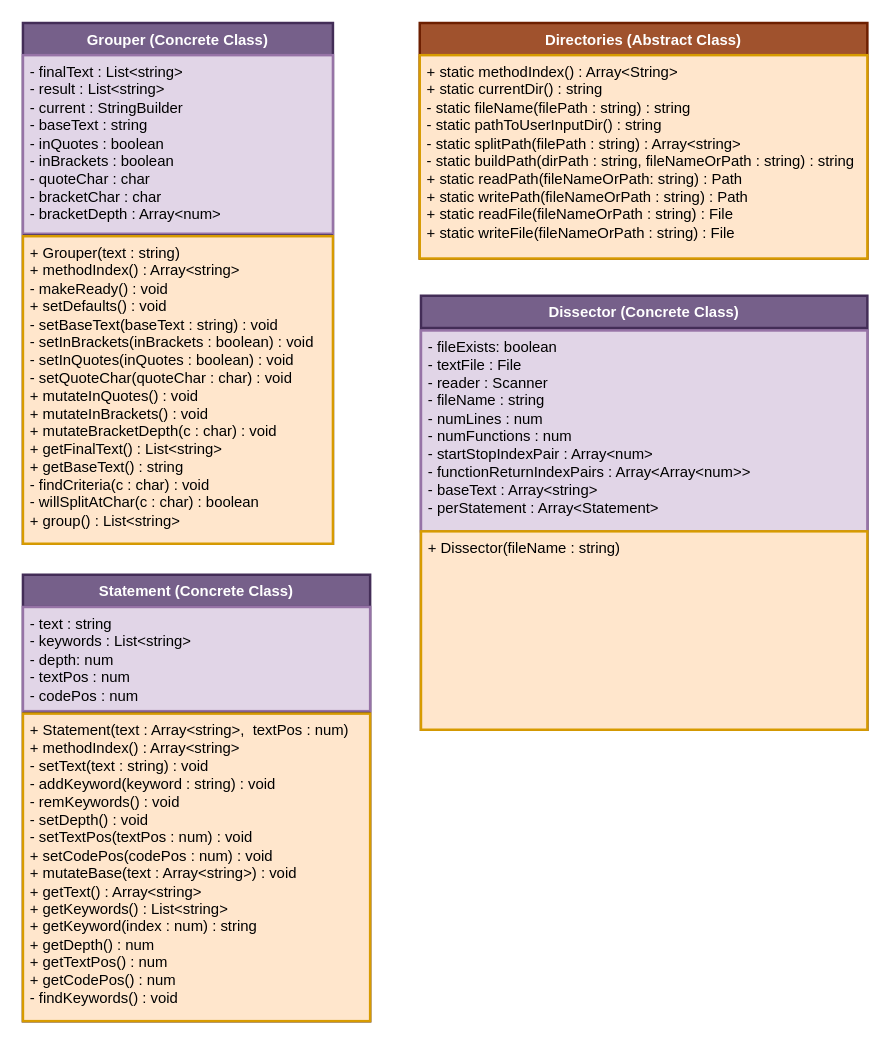
Before: page "Grouper" (2 of 4) of dev/ClassDiagrams.drawio in BroerSakki/PseudoCompiler, a draw.io diagram. Source tidied: cells renumbered, new cells numbered last; positions are measured from the earlier drawing's top-left corner, leaving out a move shared by most shapes. Both pictures are drawn from the tidied source at 124%, with x=0, y=0 at pixel (22, 22).
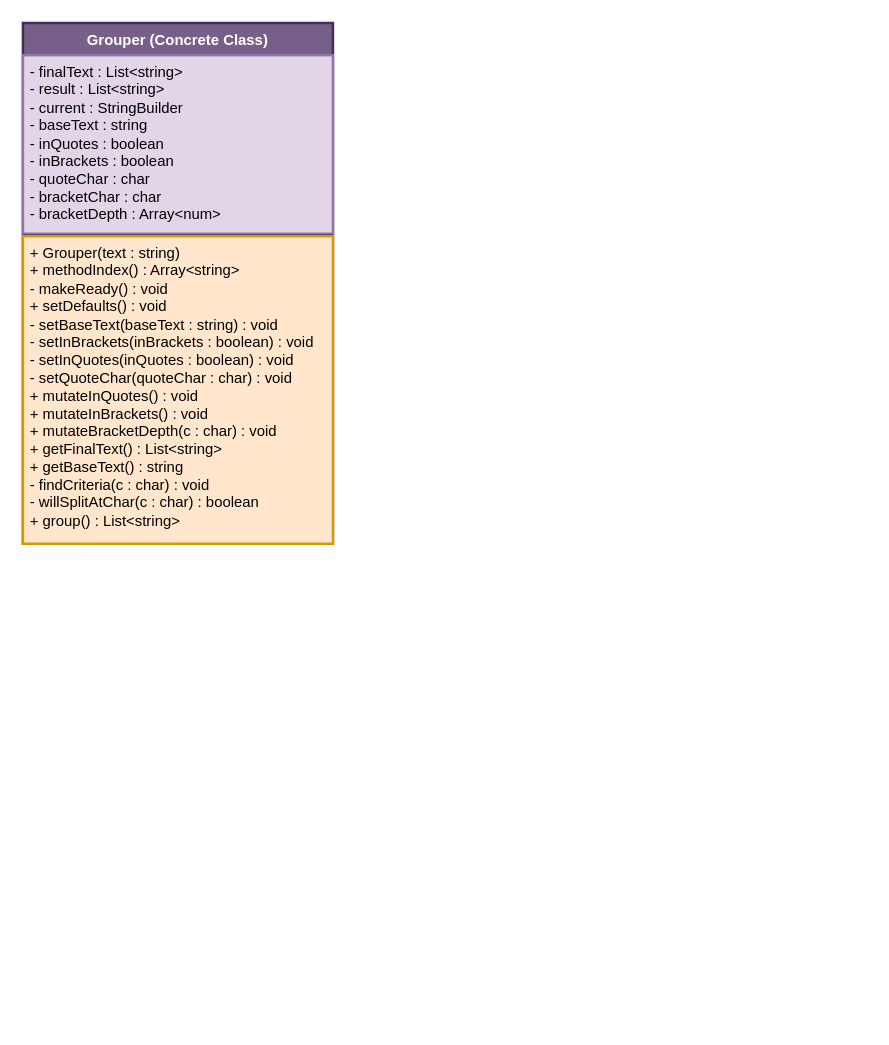
The same page after the edit.

Commit message (it also covers changes not shown here):
Class Diagrams version 2.0

What changed in the source:
```diff
@@
 <mxGraphModel>
   <root>
     <mxCell id="0" />
     <mxCell id="1" parent="0" />
     <mxCell id="2" value="Grouper (Concrete Class)" style="swimlane;fontStyle=1;align=center;verticalAlign=top;horizontal=1;startSize=26;whiteSpace=wrap;html=1;fillColor=#76608a;strokeColor=#432D57;fontColor=#ffffff;strokeWidth=2;" parent="1" vertex="1">
       <mxGeometry width="250" height="420" as="geometry" />
     </mxCell>
     <mxCell id="3" value="- finalText : List&amp;lt;string&amp;gt;&lt;div&gt;- result : List&amp;lt;string&amp;gt;&lt;/div&gt;&lt;div&gt;- current : StringBuilder&lt;/div&gt;&lt;div&gt;- baseText : string&lt;/div&gt;&lt;div&gt;- inQuotes : boolean&lt;/div&gt;&lt;div&gt;- inBrackets : boolean&lt;/div&gt;&lt;div&gt;- quoteChar : char&lt;/div&gt;&lt;div&gt;- bracketChar : char&lt;/div&gt;&lt;div&gt;- bracketDepth : Array&amp;lt;num&amp;gt;&lt;/div&gt;" style="text;strokeColor=#9673a6;fillColor=#e1d5e7;align=left;verticalAlign=top;spacingLeft=4;spacingRight=4;overflow=hidden;whiteSpace=wrap;html=1;strokeWidth=2;" parent="2" vertex="1">
       <mxGeometry y="26" width="250" height="144" as="geometry" />
     </mxCell>
     <mxCell id="4" style="line;strokeWidth=1;fillColor=none;align=left;verticalAlign=middle;spacingTop=-1;spacingLeft=3;spacingRight=3;labelPosition=right;strokeColor=inherit;" parent="2" vertex="1">
       <mxGeometry y="170" width="250" height="2" as="geometry" />
     </mxCell>
     <mxCell id="5" value="+ Grouper(text : string)&lt;div&gt;+ methodIndex() : Array&amp;lt;string&amp;gt;&lt;br&gt;&lt;div&gt;- makeReady() : void&lt;/div&gt;&lt;div&gt;&lt;div&gt;+ setDefaults() : void&lt;/div&gt;&lt;div&gt;- setBaseText(baseText : string) : void&lt;/div&gt;&lt;/div&gt;&lt;div&gt;&lt;span style=&quot;background-color: transparent; color: light-dark(rgb(0, 0, 0), rgb(255, 255, 255));&quot;&gt;- setInBrackets(inBrackets : boolean) : void&lt;/span&gt;&lt;/div&gt;&lt;div&gt;&lt;div&gt;- setInQuotes(inQuotes : boolean) : void&lt;/div&gt;&lt;div&gt;&lt;span style=&quot;background-color: transparent; color: light-dark(rgb(0, 0, 0), rgb(255, 255, 255));&quot;&gt;- setQuoteChar(quoteChar : char) : void&lt;/span&gt;&lt;/div&gt;&lt;div&gt;&lt;span style=&quot;background-color: transparent; color: light-dark(rgb(0, 0, 0), rgb(255, 255, 255));&quot;&gt;+ mutateInQuotes() : void&lt;/span&gt;&lt;/div&gt;&lt;div&gt;+ mutateInBrackets() : void&lt;/div&gt;&lt;div&gt;+ mutateBracketDepth(c : char) : void&lt;/div&gt;&lt;div&gt;+ getFinalText() : List&amp;lt;string&amp;gt;&lt;/div&gt;&lt;/div&gt;&lt;div&gt;+ getBaseText() : string&lt;/div&gt;&lt;div&gt;- findCriteria(c : char) : void&lt;/div&gt;&lt;div&gt;- willSplitAtChar(c : char) : boolean&lt;/div&gt;&lt;div&gt;+ group() : List&amp;lt;string&amp;gt;&lt;/div&gt;&lt;/div&gt;" style="text;strokeColor=#d79b00;fillColor=#ffe6cc;align=left;verticalAlign=top;spacingLeft=4;spacingRight=4;overflow=hidden;whiteSpace=wrap;html=1;strokeWidth=2;" parent="2" vertex="1">
       <mxGeometry y="172" width="250" height="248" as="geometry" />
     </mxCell>
-    <mxCell id="6" value="Directories (Abstract Class)" style="swimlane;fontStyle=1;align=center;verticalAlign=top;horizontal=1;startSize=26;whiteSpace=wrap;html=1;fillColor=#a0522d;strokeColor=#6D1F00;fontColor=#ffffff;strokeWidth=2;" parent="1" vertex="1">
-      <mxGeometry x="320" width="361" height="190" as="geometry" />
-    </mxCell>
-    <mxCell id="7" value="&lt;div&gt;+ static methodIndex() : Array&amp;lt;String&amp;gt;&lt;/div&gt;&lt;div&gt;&lt;span style=&quot;background-color: transparent; color: light-dark(rgb(0, 0, 0), rgb(255, 255, 255));&quot;&gt;+ static currentDir() : string&lt;/span&gt;&lt;/div&gt;&lt;div&gt;- static fileName(filePath : string) : string&lt;/div&gt;- static pathToUserInputDir() : string&lt;div&gt;- static splitPath(filePath : string) : Array&amp;lt;string&amp;gt;&lt;/div&gt;&lt;div&gt;- static buildPath(dirPath : string, fileNameOrPath : string) : string&lt;/div&gt;&lt;div&gt;+ static readPath(&lt;span style=&quot;background-color: transparent; color: light-dark(rgb(0, 0, 0), rgb(255, 255, 255));&quot;&gt;fileNameOrPath: string) : Path&lt;/span&gt;&lt;/div&gt;&lt;div&gt;+ static writePath(fileNameOrPath&lt;span style=&quot;background-color: transparent; color: light-dark(rgb(0, 0, 0), rgb(255, 255, 255));&quot;&gt;&amp;nbsp;: string) : Path&lt;/span&gt;&lt;/div&gt;&lt;div&gt;&lt;span style=&quot;background-color: transparent; color: light-dark(rgb(0, 0, 0), rgb(255, 255, 255));&quot;&gt;+ static readFile(&lt;/span&gt;&lt;span style=&quot;background-color: transparent; color: light-dark(rgb(0, 0, 0), rgb(255, 255, 255));&quot;&gt;fileNameOrPath : string) : File&lt;/span&gt;&lt;/div&gt;&lt;div&gt;&lt;span style=&quot;background-color: transparent; color: light-dark(rgb(0, 0, 0), rgb(255, 255, 255));&quot;&gt;+ static writeFile(&lt;/span&gt;&lt;span style=&quot;background-color: transparent; color: light-dark(rgb(0, 0, 0), rgb(255, 255, 255));&quot;&gt;fileNameOrPath : string) : File&lt;/span&gt;&lt;/div&gt;" style="text;strokeColor=#d79b00;fillColor=#ffe6cc;align=left;verticalAlign=top;spacingLeft=4;spacingRight=4;overflow=hidden;whiteSpace=wrap;html=1;strokeWidth=2;" parent="6" vertex="1">
-      <mxGeometry y="26" width="361" height="164" as="geometry" />
-    </mxCell>
-    <mxCell id="8" value="Dissector (Concrete Class)" style="swimlane;fontStyle=1;align=center;verticalAlign=top;horizontal=1;startSize=26;whiteSpace=wrap;html=1;fillColor=#76608a;strokeColor=#432D57;fontColor=#ffffff;strokeWidth=2;" parent="1" vertex="1">
-      <mxGeometry x="321" y="220" width="360" height="350" as="geometry" />
-    </mxCell>
-    <mxCell id="9" style="line;strokeWidth=1;fillColor=none;align=left;verticalAlign=middle;spacingTop=-1;spacingLeft=3;spacingRight=3;labelPosition=right;strokeColor=inherit;" parent="8" vertex="1">
-      <mxGeometry y="26" width="360" height="2" as="geometry" />
-    </mxCell>
-    <mxCell id="10" value="- fileExists: boolean&lt;div&gt;- textFile : File&lt;/div&gt;&lt;div&gt;- reader : Scanner&lt;/div&gt;&lt;div&gt;- fileName : string&lt;/div&gt;&lt;div&gt;- numLines : num&lt;/div&gt;&lt;div&gt;- numFunctions : num&lt;/div&gt;&lt;div&gt;- startStopIndexPair : Array&amp;lt;num&amp;gt;&lt;/div&gt;&lt;div&gt;- functionReturnIndexPairs : Array&amp;lt;Array&amp;lt;num&amp;gt;&amp;gt;&lt;/div&gt;&lt;div&gt;- baseText : Array&amp;lt;string&amp;gt;&lt;/div&gt;&lt;div&gt;- perStatement : Array&amp;lt;Statement&amp;gt;&lt;/div&gt;" style="text;strokeColor=#9673a6;fillColor=#e1d5e7;align=left;verticalAlign=top;spacingLeft=4;spacingRight=4;overflow=hidden;whiteSpace=wrap;html=1;strokeWidth=2;" parent="8" vertex="1">
-      <mxGeometry y="28" width="360" height="162" as="geometry" />
-    </mxCell>
-    <mxCell id="11" value="+ Dissector(fileName : string)" style="text;strokeColor=#d79b00;fillColor=#ffe6cc;align=left;verticalAlign=top;spacingLeft=4;spacingRight=4;overflow=hidden;whiteSpace=wrap;html=1;strokeWidth=2;" parent="8" vertex="1">
-      <mxGeometry y="190" width="360" height="160" as="geometry" />
-    </mxCell>
-    <mxCell id="12" value="Statement (Concrete Class)" style="swimlane;fontStyle=1;align=center;verticalAlign=top;horizontal=1;startSize=26;whiteSpace=wrap;html=1;fillColor=#76608a;strokeColor=#432D57;fontColor=#ffffff;strokeWidth=2;" parent="1" vertex="1">
-      <mxGeometry y="445" width="280" height="360" as="geometry" />
-    </mxCell>
-    <mxCell id="13" value="&lt;div&gt;- text : string&lt;/div&gt;- keywords : List&amp;lt;string&amp;gt;&lt;div&gt;&lt;div&gt;- depth: num&lt;/div&gt;&lt;div&gt;- textPos : num&lt;/div&gt;&lt;div&gt;- codePos : num&lt;/div&gt;&lt;/div&gt;" style="text;strokeColor=#9673a6;fillColor=#e1d5e7;align=left;verticalAlign=top;spacingLeft=4;spacingRight=4;overflow=hidden;whiteSpace=wrap;html=1;strokeWidth=2;" parent="12" vertex="1">
-      <mxGeometry y="26" width="280" height="84" as="geometry" />
-    </mxCell>
-    <mxCell id="14" style="line;strokeWidth=1;fillColor=none;align=left;verticalAlign=middle;spacingTop=-1;spacingLeft=3;spacingRight=3;labelPosition=right;strokeColor=inherit;" parent="12" vertex="1">
-      <mxGeometry y="110" width="280" height="2" as="geometry" />
-    </mxCell>
-    <mxCell id="15" value="+ Statement(text : Array&amp;lt;string&amp;gt;,&amp;nbsp; textPos : num)&lt;div&gt;+ methodIndex() : Array&amp;lt;string&amp;gt;&lt;/div&gt;&lt;div&gt;- setText(text : string) : void&lt;/div&gt;&lt;div&gt;- addKeyword(keyword : string) : void&lt;/div&gt;&lt;div&gt;- remKeywords() : void&lt;/div&gt;&lt;div&gt;&lt;span style=&quot;background-color: transparent; color: light-dark(rgb(0, 0, 0), rgb(255, 255, 255));&quot;&gt;- setDepth() : void&lt;/span&gt;&lt;/div&gt;&lt;div&gt;- setTextPos(textPos : num) : void&lt;/div&gt;&lt;div&gt;+ setCodePos(codePos : num) : void&lt;/div&gt;&lt;div&gt;+ mutateBase(text : Array&amp;lt;string&amp;gt;) : void&lt;/div&gt;&lt;div&gt;+ getText() : Array&amp;lt;string&amp;gt;&lt;/div&gt;&lt;div&gt;+ getKeywords() : List&amp;lt;string&amp;gt;&lt;/div&gt;&lt;div&gt;+ getKeyword(index : num) : string&lt;/div&gt;&lt;div&gt;&lt;span style=&quot;background-color: transparent; color: light-dark(rgb(0, 0, 0), rgb(255, 255, 255));&quot;&gt;+ getDepth() : num&lt;/span&gt;&lt;/div&gt;&lt;div&gt;+ getTextPos() : num&lt;/div&gt;&lt;div&gt;+ getCodePos() : num&lt;/div&gt;&lt;div&gt;- findKeywords() : void&lt;/div&gt;" style="text;strokeColor=#d79b00;fillColor=#ffe6cc;align=left;verticalAlign=top;spacingLeft=4;spacingRight=4;overflow=hidden;whiteSpace=wrap;html=1;strokeWidth=2;" parent="12" vertex="1">
-      <mxGeometry y="112" width="280" height="248" as="geometry" />
-    </mxCell>
   </root>
 </mxGraphModel>
```
